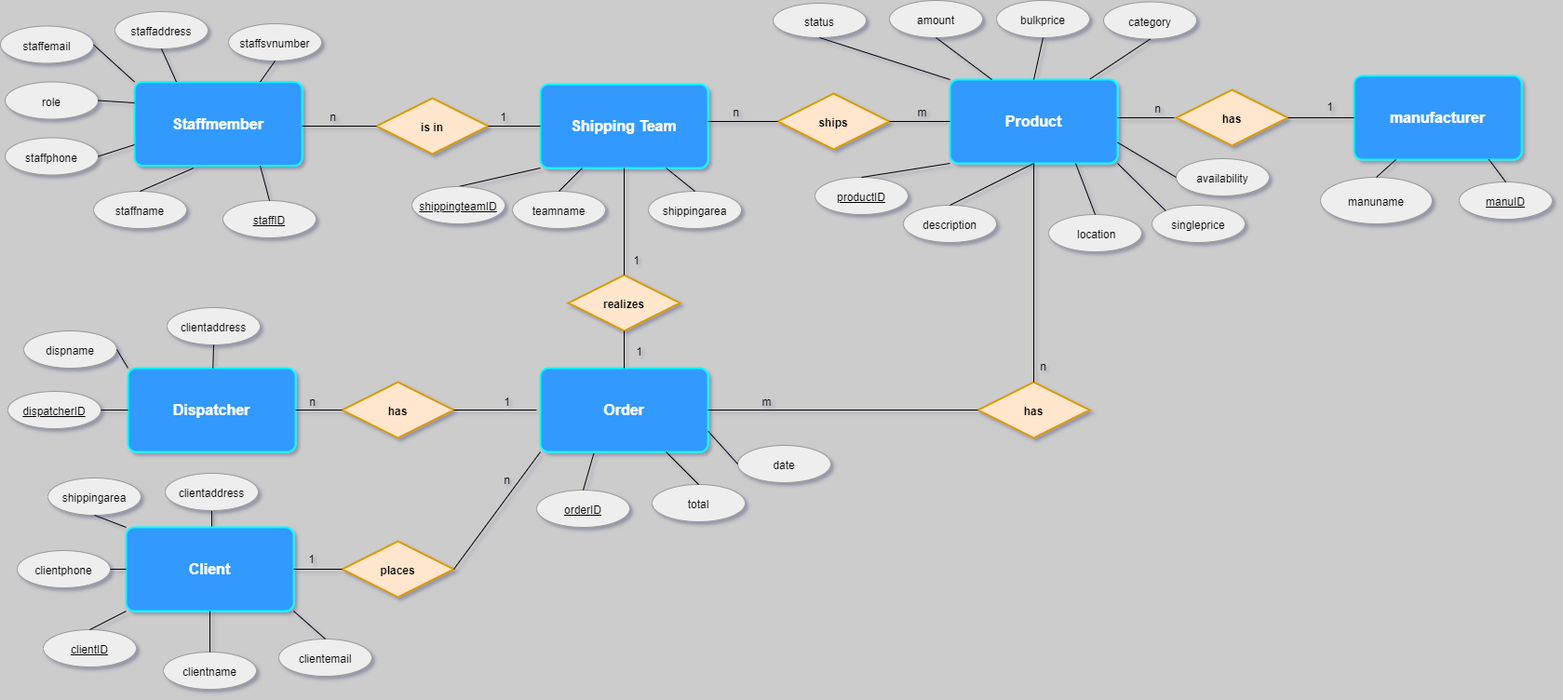
Earlier version of the draw.io export re_diagram.png (CodeFactoryWien/WF-Java-05). Source tidied: cells renumbered, new cells last; positions are measured from the earlier drawing's top-left corner, leaving out a move shared by most shapes.
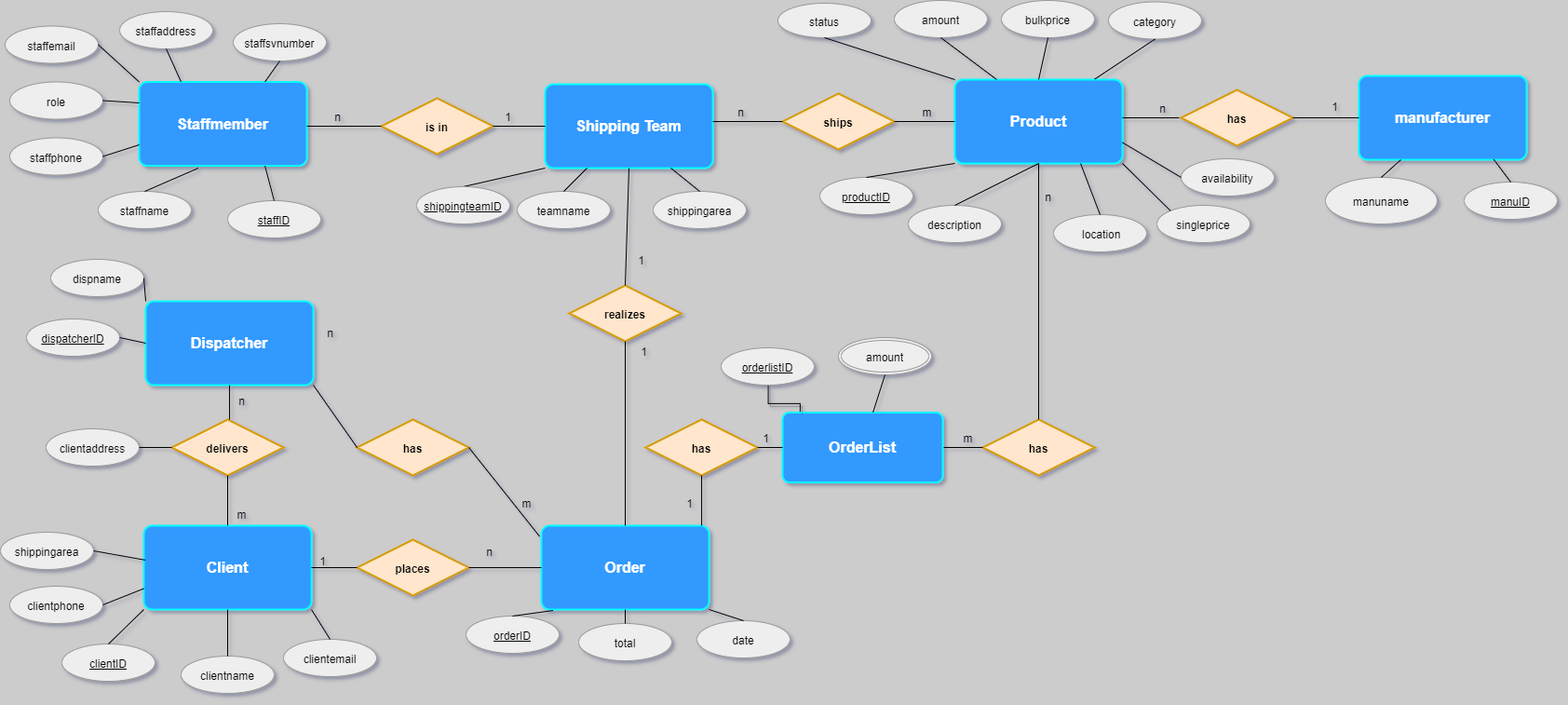
The same file after the commit.

What changed in the source:
```diff
@@ -47,3 +47,3 @@
     <mxCell id="16" value="&lt;b&gt;Order&lt;/b&gt;" style="rounded=1;arcSize=10;whiteSpace=wrap;html=1;align=center;strokeColor=#00FFFF;strokeWidth=2;fillColor=#3399FF;gradientColor=none;fontSize=16;fontColor=#FFFFFF;fixDash=0;shadow=0;" parent="1" vertex="1">
-      <mxGeometry x="580" y="395" width="180" height="90" as="geometry" />
+      <mxGeometry x="576" y="564" width="180" height="90" as="geometry" />
     </mxCell>
@@ -53,24 +53,21 @@
     <mxCell id="18" value="total" style="ellipse;whiteSpace=wrap;html=1;align=center;shadow=0;strokeColor=#999999;fillColor=#eeeeee;fixDash=0;" parent="1" vertex="1">
-      <mxGeometry x="700" y="520" width="100" height="40" as="geometry" />
+      <mxGeometry x="616" y="669" width="100" height="40" as="geometry" />
     </mxCell>
     <mxCell id="19" value="date" style="ellipse;whiteSpace=wrap;html=1;align=center;shadow=0;strokeColor=#999999;fillColor=#eeeeee;fixDash=0;" parent="1" vertex="1">
-      <mxGeometry x="792" y="478" width="100" height="40" as="geometry" />
+      <mxGeometry x="743" y="666" width="100" height="40" as="geometry" />
     </mxCell>
     <mxCell id="20" value="&lt;u&gt;orderID&lt;/u&gt;" style="ellipse;whiteSpace=wrap;html=1;align=center;shadow=0;strokeColor=#999999;fillColor=#eeeeee;fixDash=0;" parent="1" vertex="1">
-      <mxGeometry x="576" y="526" width="100" height="40" as="geometry" />
+      <mxGeometry x="495" y="661" width="100" height="40" as="geometry" />
     </mxCell>
-    <mxCell id="21" style="edgeStyle=orthogonalEdgeStyle;rounded=0;jettySize=auto;html=1;exitX=0.5;exitY=0;exitDx=0;exitDy=0;entryX=0.5;entryY=1;entryDx=0;entryDy=0;shadow=1;fontSize=16;fontColor=#FFFFFF;endArrow=none;endFill=0;" parent="1" edge="1" source="22" target="109">
-      <mxGeometry relative="1" as="geometry" />
-    </mxCell>
     <mxCell id="22" value="Client" style="rounded=1;arcSize=10;whiteSpace=wrap;html=1;align=center;strokeColor=#00FFFF;strokeWidth=2;fillColor=#3399FF;gradientColor=none;fontSize=16;fontColor=#FFFFFF;fontStyle=1;fixDash=0;shadow=0;" parent="1" vertex="1">
-      <mxGeometry x="135" y="566" width="180" height="90" as="geometry" />
+      <mxGeometry x="149" y="564" width="180" height="90" as="geometry" />
     </mxCell>
     <mxCell id="23" value="&lt;u&gt;clientID&lt;/u&gt;" style="ellipse;whiteSpace=wrap;html=1;align=center;shadow=0;strokeColor=#999999;fillColor=#eeeeee;fixDash=0;" parent="1" vertex="1">
-      <mxGeometry x="46" y="676" width="100" height="40" as="geometry" />
+      <mxGeometry x="61" y="691" width="100" height="40" as="geometry" />
     </mxCell>
     <mxCell id="24" value="clientname" style="ellipse;whiteSpace=wrap;html=1;align=center;shadow=0;strokeColor=#999999;fillColor=#eeeeee;fixDash=0;" parent="1" vertex="1">
-      <mxGeometry x="175" y="700" width="100" height="40" as="geometry" />
+      <mxGeometry x="189" y="704" width="100" height="40" as="geometry" />
     </mxCell>
     <mxCell id="25" value="clientaddress" style="ellipse;whiteSpace=wrap;html=1;align=center;shadow=0;strokeColor=#999999;fillColor=#eeeeee;fixDash=0;" parent="1" vertex="1">
-      <mxGeometry x="179" y="330" width="100" height="40" as="geometry" />
+      <mxGeometry x="44" y="460" width="100" height="40" as="geometry" />
     </mxCell>
@@ -80,3 +77,3 @@
     <mxCell id="27" value="clientphone" style="ellipse;whiteSpace=wrap;html=1;align=center;shadow=0;strokeColor=#999999;fillColor=#eeeeee;fixDash=0;" parent="1" vertex="1">
-      <mxGeometry x="18" y="591" width="100" height="40" as="geometry" />
+      <mxGeometry x="5" y="629" width="100" height="40" as="geometry" />
     </mxCell>
@@ -86,6 +83,6 @@
     <mxCell id="29" value="shippingarea" style="ellipse;whiteSpace=wrap;html=1;align=center;shadow=0;strokeColor=#999999;fillColor=#eeeeee;fixDash=0;" parent="1" vertex="1">
-      <mxGeometry x="51" y="513" width="100" height="40" as="geometry" />
+      <mxGeometry x="-5" y="571" width="100" height="40" as="geometry" />
     </mxCell>
     <mxCell id="30" value="Dispatcher" style="rounded=1;arcSize=10;whiteSpace=wrap;html=1;align=center;strokeColor=#00FFFF;strokeWidth=2;fillColor=#3399FF;gradientColor=none;fontStyle=1;fontSize=16;fontColor=#FFFFFF;fixDash=0;shadow=0;" parent="1" vertex="1">
-      <mxGeometry x="137" y="395" width="180" height="90" as="geometry" />
+      <mxGeometry x="151" y="323" width="180" height="90" as="geometry" />
     </mxCell>
@@ -95,6 +92,6 @@
     <mxCell id="32" value="&lt;u&gt;dispatcherID&lt;/u&gt;" style="ellipse;whiteSpace=wrap;html=1;align=center;shadow=0;strokeColor=#999999;fillColor=#eeeeee;fixDash=0;" parent="1" vertex="1">
-      <mxGeometry x="8" y="420" width="100" height="40" as="geometry" />
+      <mxGeometry x="23" y="342" width="100" height="40" as="geometry" />
     </mxCell>
     <mxCell id="33" value="dispname" style="ellipse;whiteSpace=wrap;html=1;align=center;shadow=0;strokeColor=#999999;fillColor=#eeeeee;fixDash=0;" parent="1" vertex="1">
-      <mxGeometry x="25" y="355" width="100" height="40" as="geometry" />
+      <mxGeometry x="49" y="278" width="100" height="40" as="geometry" />
     </mxCell>
@@ -126,3 +123,3 @@
     </mxCell>
-    <mxCell id="42" style="endArrow=none;html=1;rounded=0;entryX=0;entryY=0;entryDx=0;entryDy=0;exitX=0.5;exitY=1;exitDx=0;exitDy=0;fixDash=0;shadow=0;" parent="1" edge="1" source="29" target="22">
+    <mxCell id="42" style="endArrow=none;html=1;rounded=0;entryX=0.009;entryY=0.41;entryDx=0;entryDy=0;exitX=1;exitY=0.5;exitDx=0;exitDy=0;fixDash=0;shadow=0;entryPerimeter=0;" parent="1" edge="1" source="29" target="22">
       <mxGeometry relative="1" as="geometry" />
@@ -162,3 +159,3 @@
     </mxCell>
-    <mxCell id="54" style="endArrow=none;html=1;rounded=0;entryX=0;entryY=0.5;entryDx=0;entryDy=0;exitX=1;exitY=0.5;exitDx=0;exitDy=0;fixDash=0;shadow=0;" parent="1" edge="1" source="27" target="22">
+    <mxCell id="54" style="endArrow=none;html=1;rounded=0;entryX=0;entryY=0.75;entryDx=0;entryDy=0;exitX=1;exitY=0.5;exitDx=0;exitDy=0;fixDash=0;shadow=0;" parent="1" edge="1" source="27" target="22">
       <mxGeometry relative="1" as="geometry" />
@@ -215,3 +212,3 @@
     <mxCell id="70" value="realizes" style="shape=rhombus;perimeter=rhombusPerimeter;whiteSpace=wrap;html=1;align=center;strokeColor=#d79b00;strokeWidth=2;fillColor=#ffe6cc;fontStyle=1;fixDash=0;shadow=0;" parent="1" vertex="1">
-      <mxGeometry x="610" y="295" width="120" height="60" as="geometry" />
+      <mxGeometry x="606" y="306" width="120" height="60" as="geometry" />
     </mxCell>
@@ -233,6 +230,6 @@
     <mxCell id="76" value="places" style="shape=rhombus;perimeter=rhombusPerimeter;whiteSpace=wrap;html=1;align=center;strokeColor=#d79b00;strokeWidth=2;fillColor=#ffe6cc;fontStyle=1;fixDash=0;shadow=0;" parent="1" vertex="1">
-      <mxGeometry x="367" y="581" width="120" height="60" as="geometry" />
+      <mxGeometry x="378" y="579" width="120" height="60" as="geometry" />
     </mxCell>
     <mxCell id="77" value="has" style="shape=rhombus;perimeter=rhombusPerimeter;whiteSpace=wrap;html=1;align=center;strokeColor=#d79b00;strokeWidth=2;fillColor=#ffe6cc;fontStyle=1;fixDash=0;shadow=0;" parent="1" vertex="1">
-      <mxGeometry x="1050" y="410" width="120" height="60" as="geometry" />
+      <mxGeometry x="1050" y="450" width="120" height="60" as="geometry" />
     </mxCell>
@@ -244,3 +241,3 @@
     </mxCell>
-    <mxCell id="80" style="endArrow=none;html=1;rounded=0;entryX=1;entryY=0.5;entryDx=0;entryDy=0;exitX=0;exitY=0.5;exitDx=0;exitDy=0;fixDash=0;shadow=0;" parent="1" edge="1" source="77" target="16">
+    <mxCell id="80" style="endArrow=none;html=1;rounded=0;entryX=1;entryY=0.5;entryDx=0;entryDy=0;exitX=0;exitY=0.5;exitDx=0;exitDy=0;fixDash=0;shadow=0;" parent="1" edge="1" source="77" target="116">
       <mxGeometry relative="1" as="geometry" />
@@ -248,6 +245,6 @@
     <mxCell id="81" value="m" style="text;html=1;align=center;verticalAlign=middle;fixDash=0;shadow=0;" parent="1" vertex="1">
-      <mxGeometry x="813" y="421" width="20" height="18" as="geometry" />
+      <mxGeometry x="1024" y="460" width="20" height="18" as="geometry" />
     </mxCell>
     <mxCell id="82" value="n" style="text;html=1;align=center;verticalAlign=middle;fixDash=0;shadow=0;" parent="1" vertex="1">
-      <mxGeometry x="1110" y="382" width="20" height="20" as="geometry" />
+      <mxGeometry x="1110" y="200" width="20" height="20" as="geometry" />
     </mxCell>
@@ -257,14 +254,14 @@
     <mxCell id="84" value="1" style="text;html=1;align=center;verticalAlign=middle;fixDash=0;shadow=0;" parent="1" vertex="1">
-      <mxGeometry x="324" y="589" width="20" height="20" as="geometry" />
+      <mxGeometry x="331" y="591" width="20" height="20" as="geometry" />
     </mxCell>
     <mxCell id="85" value="n" style="text;html=1;align=center;verticalAlign=middle;fixDash=0;shadow=0;" parent="1" vertex="1">
-      <mxGeometry x="534" y="504" width="20" height="20" as="geometry" />
+      <mxGeometry x="510" y="581" width="20" height="20" as="geometry" />
     </mxCell>
-    <mxCell id="86" style="endArrow=none;html=1;rounded=0;entryX=1;entryY=0.75;entryDx=0;entryDy=0;exitX=0;exitY=0.5;exitDx=0;exitDy=0;fixDash=0;shadow=0;" parent="1" edge="1" source="19" target="16">
+    <mxCell id="86" style="endArrow=none;html=1;rounded=0;entryX=1;entryY=1;entryDx=0;entryDy=0;exitX=0.5;exitY=0;exitDx=0;exitDy=0;fixDash=0;shadow=0;" parent="1" edge="1" source="19" target="16">
       <mxGeometry relative="1" as="geometry" />
     </mxCell>
-    <mxCell id="87" style="endArrow=none;html=1;rounded=0;entryX=0.75;entryY=1;entryDx=0;entryDy=0;exitX=0.5;exitY=0;exitDx=0;exitDy=0;fixDash=0;shadow=0;" parent="1" edge="1" source="18" target="16">
+    <mxCell id="87" style="endArrow=none;html=1;rounded=0;entryX=0.5;entryY=1;entryDx=0;entryDy=0;exitX=0.5;exitY=0;exitDx=0;exitDy=0;fixDash=0;shadow=0;" parent="1" edge="1" source="18" target="16">
       <mxGeometry relative="1" as="geometry" />
     </mxCell>
-    <mxCell id="88" style="endArrow=none;html=1;rounded=0;exitX=0.5;exitY=0;exitDx=0;exitDy=0;entryX=0.319;entryY=1.017;entryDx=0;entryDy=0;entryPerimeter=0;fixDash=0;shadow=0;" parent="1" edge="1" source="20" target="16">
+    <mxCell id="88" style="endArrow=none;html=1;rounded=0;exitX=0.5;exitY=0;exitDx=0;exitDy=0;entryX=0.069;entryY=1.012;entryDx=0;entryDy=0;entryPerimeter=0;fixDash=0;shadow=0;" parent="1" edge="1" source="20" target="16">
       <mxGeometry relative="1" as="geometry" />
@@ -272,24 +269,19 @@
     <mxCell id="89" value="has" style="shape=rhombus;perimeter=rhombusPerimeter;whiteSpace=wrap;html=1;align=center;strokeColor=#d79b00;strokeWidth=2;fillColor=#ffe6cc;fontStyle=1;fixDash=0;shadow=0;" parent="1" vertex="1">
-      <mxGeometry x="367" y="410" width="120" height="60" as="geometry" />
+      <mxGeometry x="378" y="450" width="120" height="60" as="geometry" />
     </mxCell>
-    <mxCell id="90" style="endArrow=none;html=1;rounded=0;exitX=0;exitY=1;exitDx=0;exitDy=0;entryX=1;entryY=0.5;entryDx=0;entryDy=0;fixDash=0;shadow=0;" parent="1" edge="1" source="16" target="76">
+    <mxCell id="90" style="endArrow=none;html=1;rounded=0;exitX=0;exitY=0.5;exitDx=0;exitDy=0;entryX=1;entryY=0.5;entryDx=0;entryDy=0;fixDash=0;shadow=0;" parent="1" edge="1" source="16" target="76">
       <mxGeometry relative="1" as="geometry" />
     </mxCell>
-    <mxCell id="91" style="endArrow=none;html=1;rounded=0;exitX=1;exitY=0.5;exitDx=0;exitDy=0;fixDash=0;shadow=0;" parent="1" edge="1" source="89">
-      <mxGeometry relative="1" as="geometry">
-        <mxPoint x="576" y="440" as="targetPoint" />
-      </mxGeometry>
+    <mxCell id="91" style="endArrow=none;html=1;rounded=0;exitX=1;exitY=0.5;exitDx=0;exitDy=0;fixDash=0;shadow=0;entryX=-0.011;entryY=0.128;entryDx=0;entryDy=0;entryPerimeter=0;" parent="1" edge="1" source="89" target="16">
+      <mxGeometry relative="1" as="geometry" />
     </mxCell>
-    <mxCell id="92" style="endArrow=none;html=1;rounded=0;exitX=1;exitY=0.5;exitDx=0;exitDy=0;entryX=0;entryY=0.5;entryDx=0;entryDy=0;fixDash=0;shadow=0;" parent="1" edge="1" source="30" target="89">
+    <mxCell id="92" style="endArrow=none;html=1;rounded=0;exitX=1;exitY=1;exitDx=0;exitDy=0;entryX=0;entryY=0.5;entryDx=0;entryDy=0;fixDash=0;shadow=0;" parent="1" edge="1" source="30" target="89">
       <mxGeometry relative="1" as="geometry" />
     </mxCell>
-    <mxCell id="93" value="1" style="text;html=1;align=center;verticalAlign=middle;fixDash=0;shadow=0;" parent="1" vertex="1">
-      <mxGeometry x="534" y="420" width="20" height="20" as="geometry" />
+    <mxCell id="93" value="m" style="text;html=1;align=center;verticalAlign=middle;fixDash=0;shadow=0;" parent="1" vertex="1">
+      <mxGeometry x="550" y="530" width="20" height="18" as="geometry" />
     </mxCell>
     <mxCell id="94" value="n" style="text;html=1;align=center;verticalAlign=middle;fixDash=0;shadow=0;" parent="1" vertex="1">
-      <mxGeometry x="325" y="420" width="20" height="20" as="geometry" />
+      <mxGeometry x="339" y="346" width="20" height="20" as="geometry" />
     </mxCell>
-    <mxCell id="95" style="endArrow=none;html=1;rounded=0;entryX=0.5;entryY=1;entryDx=0;entryDy=0;fixDash=0;shadow=0;" parent="1" edge="1" source="30" target="25">
-      <mxGeometry relative="1" as="geometry" />
-    </mxCell>
     <mxCell id="96" style="endArrow=none;html=1;rounded=0;entryX=1;entryY=0.5;entryDx=0;entryDy=0;exitX=0;exitY=0;exitDx=0;exitDy=0;fixDash=0;shadow=0;" parent="1" edge="1" source="30" target="33">
@@ -333,5 +325,50 @@
     </mxCell>
-    <mxCell id="109" value="clientaddress" style="ellipse;whiteSpace=wrap;html=1;align=center;shadow=0;strokeColor=#999999;fillColor=#eeeeee;fixDash=0;" parent="1" vertex="1">
-      <mxGeometry x="177" y="508" width="100" height="40" as="geometry" />
-    </mxCell>
+    <mxCell id="110" value="delivers" style="shape=rhombus;perimeter=rhombusPerimeter;whiteSpace=wrap;html=1;align=center;shadow=0;fontStyle=1;strokeColor=#d79b00;strokeWidth=2;fillColor=#ffe6cc;" parent="1" vertex="1">
+      <mxGeometry x="179" y="450" width="120" height="60" as="geometry" />
+    </mxCell>
+    <mxCell id="111" style="endArrow=none;html=1;rounded=0;exitX=1;exitY=0.5;exitDx=0;exitDy=0;entryX=0;entryY=0.5;entryDx=0;entryDy=0;" parent="1" edge="1" source="25" target="110">
+      <mxGeometry relative="1" as="geometry" />
+    </mxCell>
+    <mxCell id="112" style="endArrow=none;html=1;rounded=0;exitX=0.5;exitY=1;exitDx=0;exitDy=0;entryX=0.517;entryY=0;entryDx=0;entryDy=0;entryPerimeter=0;" parent="1" edge="1" source="30" target="110">
+      <mxGeometry relative="1" as="geometry" />
+    </mxCell>
+    <mxCell id="113" style="endArrow=none;html=1;rounded=0;exitX=0.5;exitY=1;exitDx=0;exitDy=0;" parent="1" edge="1" source="110" target="22">
+      <mxGeometry relative="1" as="geometry" />
+    </mxCell>
+    <mxCell id="114" value="n" style="text;html=1;align=center;verticalAlign=middle;" parent="1" vertex="1">
+      <mxGeometry x="245" y="420" width="17" height="18" as="geometry" />
+    </mxCell>
+    <mxCell id="115" value="m" style="text;html=1;align=center;verticalAlign=middle;" parent="1" vertex="1">
+      <mxGeometry x="244" y="542" width="20" height="18" as="geometry" />
+    </mxCell>
+    <mxCell id="116" value="OrderList" style="rounded=1;arcSize=10;whiteSpace=wrap;html=1;align=center;shadow=0;fontSize=16;fontColor=#FFFFFF;fontStyle=1;strokeColor=#00FFFF;strokeWidth=2;fillColor=#3399FF;gradientColor=none;glass=0;" parent="1" vertex="1">
+      <mxGeometry x="835" y="442.5" width="172" height="75" as="geometry" />
+    </mxCell>
+    <mxCell id="117" value="has" style="shape=rhombus;perimeter=rhombusPerimeter;whiteSpace=wrap;html=1;align=center;shadow=0;fontStyle=1;strokeColor=#d79b00;strokeWidth=2;fillColor=#ffe6cc;" parent="1" vertex="1">
+      <mxGeometry x="688" y="450" width="120" height="60" as="geometry" />
+    </mxCell>
+    <mxCell id="118" style="endArrow=none;html=1;rounded=0;exitX=0.956;exitY=0;exitDx=0;exitDy=0;entryX=0.5;entryY=1;entryDx=0;entryDy=0;exitPerimeter=0;" parent="1" edge="1" source="16" target="117">
+      <mxGeometry relative="1" as="geometry" />
+    </mxCell>
+    <mxCell id="119" style="endArrow=none;html=1;rounded=0;exitX=1;exitY=0.5;exitDx=0;exitDy=0;entryX=0;entryY=0.5;entryDx=0;entryDy=0;" parent="1" edge="1" source="117" target="116">
+      <mxGeometry relative="1" as="geometry" />
+    </mxCell>
+    <mxCell id="120" value="1" style="text;html=1;align=center;verticalAlign=middle;" parent="1" vertex="1">
+      <mxGeometry x="726" y="530" width="17" height="18" as="geometry" />
+    </mxCell>
+    <mxCell id="121" value="1" style="text;html=1;align=center;verticalAlign=middle;" parent="1" vertex="1">
+      <mxGeometry x="808" y="460" width="17" height="18" as="geometry" />
+    </mxCell>
+    <mxCell id="122" style="edgeStyle=orthogonalEdgeStyle;rounded=0;jettySize=auto;html=1;exitX=0.5;exitY=1;exitDx=0;exitDy=0;entryX=0.11;entryY=-0.014;entryDx=0;entryDy=0;shadow=1;endArrow=none;endFill=0;fontSize=16;fontColor=#FFFFFF;entryPerimeter=0;" parent="1" edge="1" source="123" target="116">
+      <mxGeometry relative="1" as="geometry" />
+    </mxCell>
+    <mxCell id="123" value="&lt;u&gt;orderlistID&lt;/u&gt;" style="ellipse;whiteSpace=wrap;html=1;align=center;shadow=0;strokeColor=#999999;fillColor=#eeeeee;" parent="1" vertex="1">
+      <mxGeometry x="769" y="373" width="100" height="40" as="geometry" />
+    </mxCell>
+    <mxCell id="124" value="amount" style="ellipse;shape=doubleEllipse;margin=3;whiteSpace=wrap;html=1;align=center;shadow=0;strokeColor=#999999;fillColor=#eeeeee;" parent="1" vertex="1">
+      <mxGeometry x="895" y="362" width="100" height="40" as="geometry" />
+    </mxCell>
+    <mxCell id="125" style="endArrow=none;html=1;rounded=0;exitX=0.564;exitY=0;exitDx=0;exitDy=0;entryX=0.5;entryY=1;entryDx=0;entryDy=0;exitPerimeter=0;" parent="1" edge="1" source="116" target="124">
+      <mxGeometry relative="1" as="geometry" />
+    </mxCell>
   </root>
```
